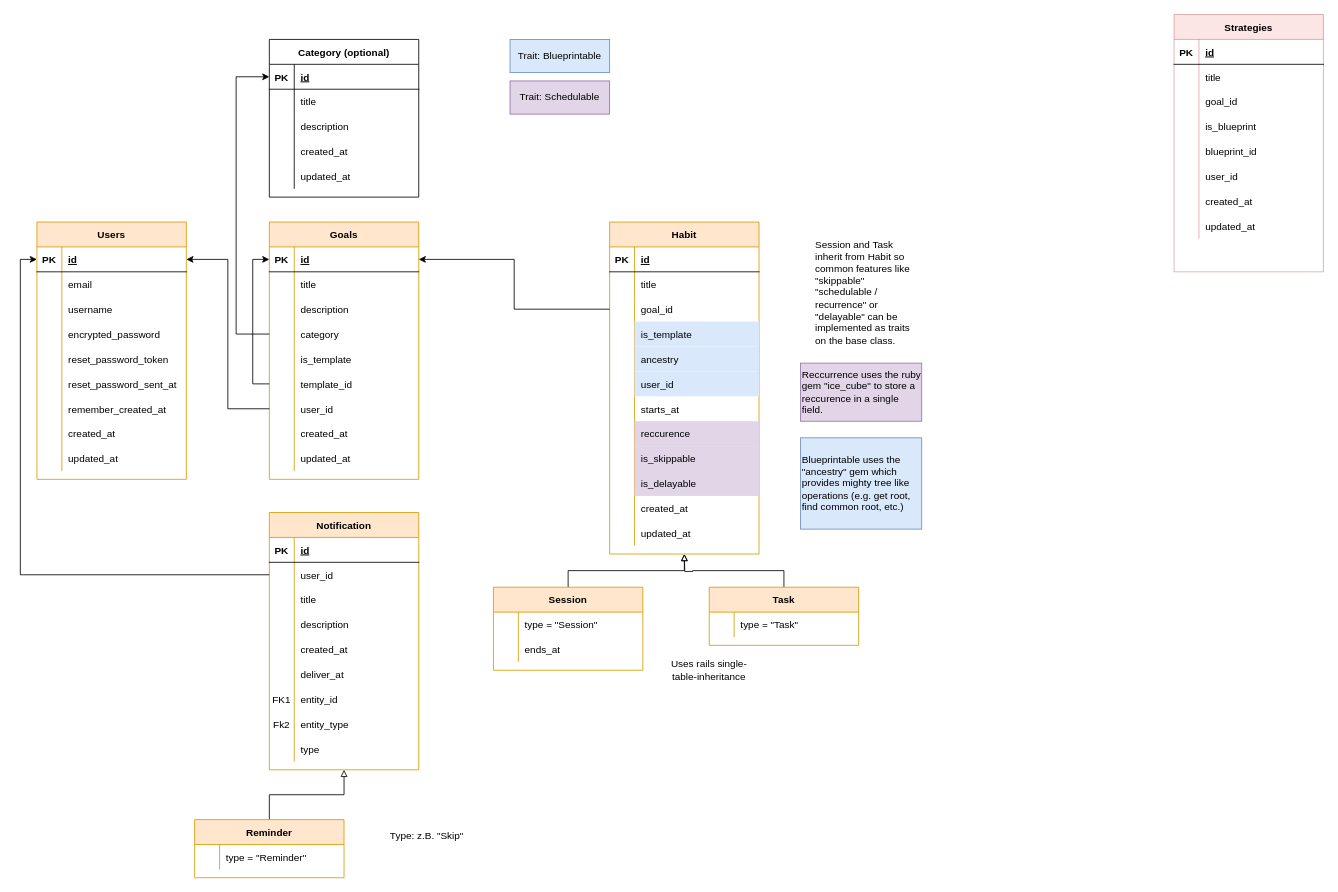
This is reqs/DB Model.drawio from AlexanderLill/yahtapp-web, a draw.io file, before an edit. Source tidied: cells renumbered, new cells numbered last; positions are measured from the earlier drawing's top-left corner, leaving out a move shared by most shapes. Both pictures are drawn from the tidied source at 83%, with x=0, y=0 at pixel (37, 14).
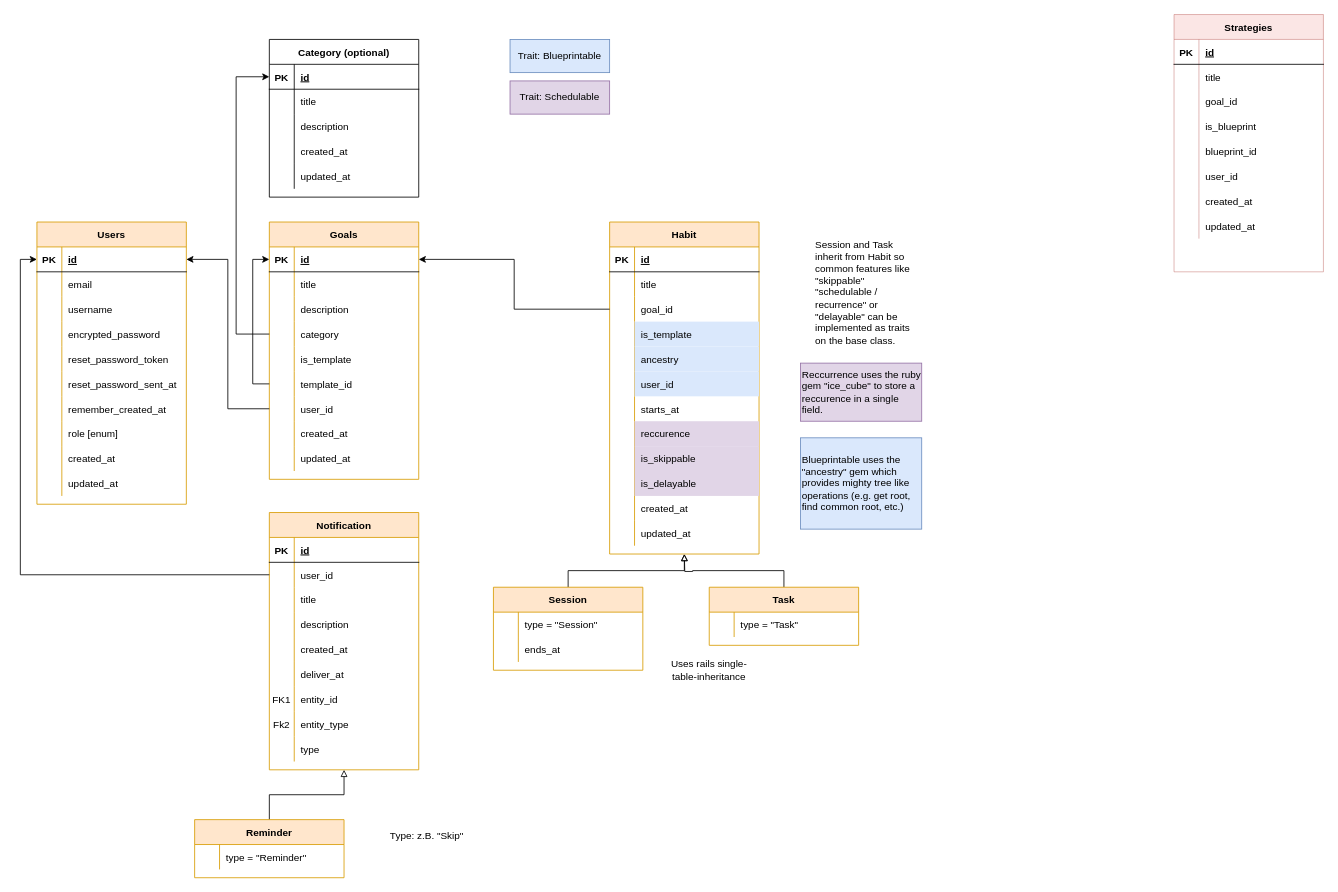
The same page after the edit.

Commit message (it also covers changes not shown here):
Add user role and pundit for authorization

Change to the diagram source:
```diff
@@
     <mxCell id="2" value="Users" style="shape=table;startSize=30;childLayout=tableLayout;rowLines=0;fontStyle=1;align=center;fillColor=#ffe6cc;strokeColor=#d79b00;" parent="1" vertex="1">
-      <mxGeometry y="250" width="180" height="310" as="geometry" />
+      <mxGeometry y="250" width="180" height="340" as="geometry" />
     </mxCell>
@@
+    <mxCell id="194" style="shape=partialRectangle;fillColor=none;top=0;left=0;bottom=0;right=0;" parent="2" vertex="1">
+      <mxGeometry y="240" width="180" height="30" as="geometry" />
+    </mxCell>
+    <mxCell id="195" style="shape=partialRectangle;fillColor=none;top=0;left=0;bottom=0;right=0;overflow=hidden;" parent="194" vertex="1">
+      <mxGeometry width="30" height="30" as="geometry" />
+    </mxCell>
+    <mxCell id="196" value="role [enum]" style="shape=partialRectangle;fillColor=none;top=0;left=0;bottom=0;right=0;align=left;spacingLeft=6;overflow=hidden;" parent="194" vertex="1">
+      <mxGeometry x="30" width="150" height="30" as="geometry" />
+    </mxCell>
     <mxCell id="24" style="shape=partialRectangle;fillColor=none;top=0;left=0;bottom=0;right=0;" parent="2" vertex="1">
-      <mxGeometry y="240" width="180" height="30" as="geometry" />
+      <mxGeometry y="270" width="180" height="30" as="geometry" />
     </mxCell>
@@
     <mxCell id="27" style="shape=partialRectangle;fillColor=none;top=0;left=0;bottom=0;right=0;" parent="2" vertex="1">
-      <mxGeometry y="270" width="180" height="30" as="geometry" />
+      <mxGeometry y="300" width="180" height="30" as="geometry" />
     </mxCell>
```
